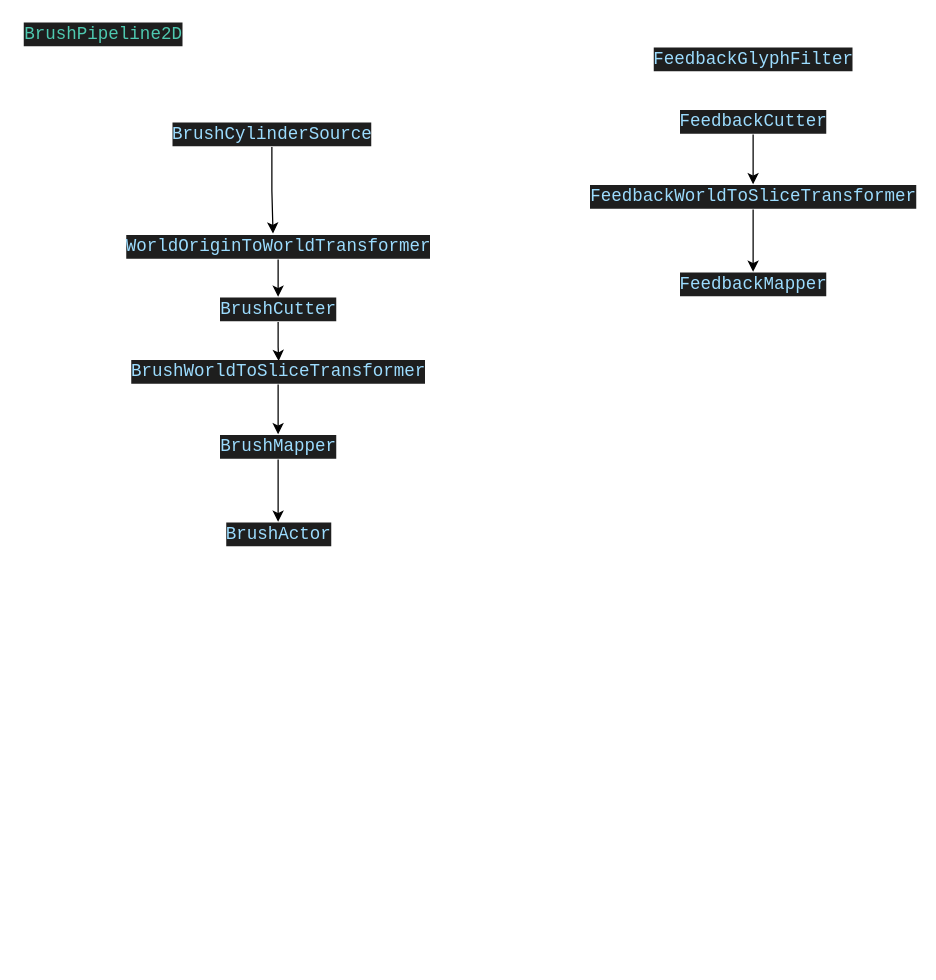
Earlier version of the draw.io diagram page "BrushPipeline2D" (2 of 3) of dataFlowChart/Untitled Diagram.drawio (bxdgit/drawio-example). Source tidied: cells renumbered, new cells numbered last; positions are measured from the earlier drawing's top-left corner, leaving out a move shared by most shapes. Both pictures are drawn from the tidied source at 125%, with x=0, y=0 at pixel (21, 21).
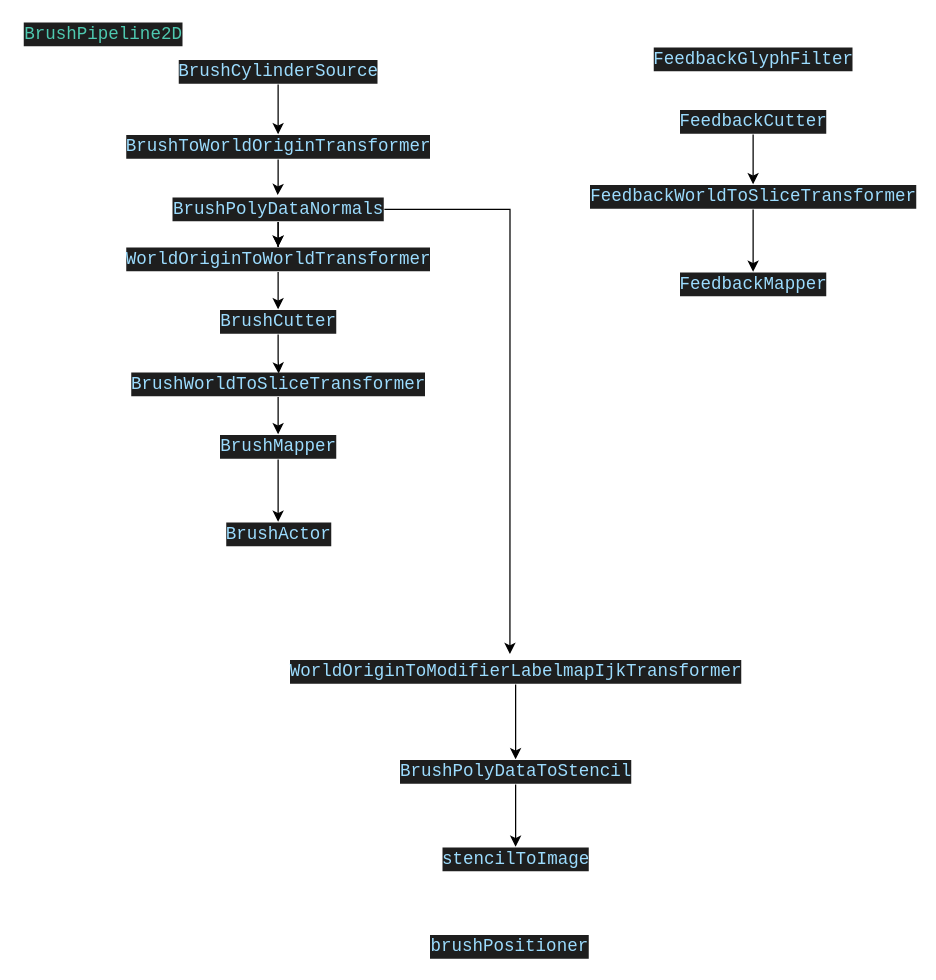
Above is the later version.

Diff of the diagram source:
```diff
@@
     <mxCell id="3" value="&lt;div style=&quot;color: rgb(212 , 212 , 212) ; background-color: rgb(30 , 30 , 30) ; font-family: &amp;#34;consolas&amp;#34; , &amp;#34;courier new&amp;#34; , monospace ; font-size: 14px ; line-height: 19px&quot;&gt;&lt;span style=&quot;color: #9cdcfe&quot;&gt;BrushCutter&lt;/span&gt;&lt;/div&gt;" style="text;html=1;align=center;verticalAlign=middle;points=[];strokeColor=none;fillColor=none;" parent="1" vertex="1">
-      <mxGeometry x="155" y="220" width="100" height="20" as="geometry" />
+      <mxGeometry x="155" y="230" width="100" height="20" as="geometry" />
     </mxCell>
@@
     <mxCell id="5" value="&lt;div style=&quot;color: rgb(212 , 212 , 212) ; background-color: rgb(30 , 30 , 30) ; font-family: &amp;#34;consolas&amp;#34; , &amp;#34;courier new&amp;#34; , monospace ; font-size: 14px ; line-height: 19px&quot;&gt;&lt;span style=&quot;color: #9cdcfe&quot;&gt;BrushWorldToSliceTransformer&lt;/span&gt;&lt;/div&gt;" style="text;html=1;align=center;verticalAlign=middle;points=[];strokeColor=none;fillColor=none;" parent="1" vertex="1">
-      <mxGeometry x="90" y="270" width="230" height="20" as="geometry" />
+      <mxGeometry x="90" y="280" width="230" height="20" as="geometry" />
     </mxCell>
@@
     <mxCell id="16" value="&lt;div style=&quot;color: rgb(212 , 212 , 212) ; background-color: rgb(30 , 30 , 30) ; font-family: &amp;#34;consolas&amp;#34; , &amp;#34;courier new&amp;#34; , monospace ; font-size: 14px ; line-height: 19px&quot;&gt;&lt;span style=&quot;color: #9cdcfe&quot;&gt;WorldOriginToWorldTransformer&lt;/span&gt;&lt;/div&gt;" style="text;html=1;align=center;verticalAlign=middle;points=[];strokeColor=none;fillColor=none;" parent="1" vertex="1">
-      <mxGeometry x="85" y="170" width="240" height="20" as="geometry" />
+      <mxGeometry x="85" y="180" width="240" height="20" as="geometry" />
     </mxCell>
@@
-    <mxCell id="18" style="edgeStyle=orthogonalEdgeStyle;rounded=0;jettySize=auto;html=1;entryX=0.483;entryY=-0.03;entryDx=0;entryDy=0;entryPerimeter=0;" parent="1" edge="1" source="19" target="16">
-      <mxGeometry relative="1" as="geometry" />
-    </mxCell>
+    <mxCell id="20" style="edgeStyle=orthogonalEdgeStyle;rounded=0;jettySize=auto;html=1;" parent="1" edge="1" source="19" target="28">
+      <mxGeometry relative="1" as="geometry" />
+    </mxCell>
     <mxCell id="19" value="&lt;div style=&quot;color: rgb(212 , 212 , 212) ; background-color: rgb(30 , 30 , 30) ; font-family: &amp;#34;consolas&amp;#34; , &amp;#34;courier new&amp;#34; , monospace ; font-size: 14px ; line-height: 19px&quot;&gt;&lt;span style=&quot;color: #9cdcfe&quot;&gt;BrushCylinderSource&lt;/span&gt;&lt;/div&gt;" style="text;html=1;align=center;verticalAlign=middle;points=[];strokeColor=none;fillColor=none;" parent="1" vertex="1">
-      <mxGeometry x="120" y="80" width="160" height="20" as="geometry" />
+      <mxGeometry x="125" y="30" width="160" height="20" as="geometry" />
     </mxCell>
+    <mxCell id="21" style="edgeStyle=orthogonalEdgeStyle;rounded=0;jettySize=auto;html=1;" parent="1" edge="1" source="22" target="31">
+      <mxGeometry relative="1" as="geometry" />
+    </mxCell>
+    <mxCell id="22" value="&lt;div style=&quot;color: rgb(212 , 212 , 212) ; background-color: rgb(30 , 30 , 30) ; font-family: &amp;#34;consolas&amp;#34; , &amp;#34;courier new&amp;#34; , monospace ; font-size: 14px ; line-height: 19px&quot;&gt;&lt;span style=&quot;color: #9cdcfe&quot;&gt;BrushPolyDataToStencil&lt;/span&gt;&lt;/div&gt;" style="text;html=1;align=center;verticalAlign=middle;points=[];strokeColor=none;fillColor=none;" parent="1" vertex="1">
+      <mxGeometry x="305" y="590" width="180" height="20" as="geometry" />
+    </mxCell>
+    <mxCell id="23" style="edgeStyle=orthogonalEdgeStyle;rounded=0;jettySize=auto;html=1;" parent="1" edge="1" source="24" target="22">
+      <mxGeometry relative="1" as="geometry" />
+    </mxCell>
+    <mxCell id="24" value="&lt;div style=&quot;color: rgb(212 , 212 , 212) ; background-color: rgb(30 , 30 , 30) ; font-family: &amp;#34;consolas&amp;#34; , &amp;#34;courier new&amp;#34; , monospace ; font-size: 14px ; line-height: 19px&quot;&gt;&lt;span style=&quot;color: #9cdcfe&quot;&gt;WorldOriginToModifierLabelmapIjkTransformer&lt;/span&gt;&lt;/div&gt;" style="text;html=1;align=center;verticalAlign=middle;points=[];strokeColor=none;fillColor=none;" parent="1" vertex="1">
+      <mxGeometry x="220" y="510" width="350" height="20" as="geometry" />
+    </mxCell>
+    <mxCell id="25" style="edgeStyle=orthogonalEdgeStyle;rounded=0;jettySize=auto;html=1;" parent="1" edge="1" source="30" target="16">
+      <mxGeometry relative="1" as="geometry" />
+    </mxCell>
+    <mxCell id="26" style="edgeStyle=orthogonalEdgeStyle;rounded=0;jettySize=auto;html=1;startArrow=none;" parent="1" edge="1" source="30" target="16">
+      <mxGeometry relative="1" as="geometry" />
+    </mxCell>
+    <mxCell id="27" style="edgeStyle=orthogonalEdgeStyle;rounded=0;jettySize=auto;html=1;entryX=0.498;entryY=-0.07;entryDx=0;entryDy=0;entryPerimeter=0;" parent="1" edge="1" source="28" target="30">
+      <mxGeometry relative="1" as="geometry" />
+    </mxCell>
+    <mxCell id="28" value="&lt;div style=&quot;color: rgb(212 , 212 , 212) ; background-color: rgb(30 , 30 , 30) ; font-family: &amp;#34;consolas&amp;#34; , &amp;#34;courier new&amp;#34; , monospace ; font-size: 14px ; line-height: 19px&quot;&gt;&lt;span style=&quot;color: #9cdcfe&quot;&gt;BrushToWorldOriginTransformer&lt;/span&gt;&lt;/div&gt;" style="text;html=1;align=center;verticalAlign=middle;points=[];strokeColor=none;fillColor=none;" parent="1" vertex="1">
+      <mxGeometry x="85" y="90" width="240" height="20" as="geometry" />
+    </mxCell>
+    <mxCell id="29" style="edgeStyle=orthogonalEdgeStyle;rounded=0;jettySize=auto;html=1;entryX=0.487;entryY=-0.21;entryDx=0;entryDy=0;entryPerimeter=0;" parent="1" edge="1" source="30" target="24">
+      <mxGeometry relative="1" as="geometry">
+        <Array as="points">
+          <mxPoint x="391" y="150" />
+        </Array>
+      </mxGeometry>
+    </mxCell>
+    <mxCell id="30" value="&lt;div style=&quot;color: rgb(212 , 212 , 212) ; background-color: rgb(30 , 30 , 30) ; font-family: &amp;#34;consolas&amp;#34; , &amp;#34;courier new&amp;#34; , monospace ; font-size: 14px ; line-height: 19px&quot;&gt;&lt;span style=&quot;color: #9cdcfe&quot;&gt;BrushPolyDataNormals&lt;/span&gt;&lt;/div&gt;" style="text;html=1;align=center;verticalAlign=middle;points=[];strokeColor=none;fillColor=none;" parent="1" vertex="1">
+      <mxGeometry x="120" y="140" width="170" height="20" as="geometry" />
+    </mxCell>
+    <mxCell id="31" value="&lt;div style=&quot;color: rgb(212 , 212 , 212) ; background-color: rgb(30 , 30 , 30) ; font-family: &amp;#34;consolas&amp;#34; , &amp;#34;courier new&amp;#34; , monospace ; font-size: 14px ; line-height: 19px&quot;&gt;&lt;span style=&quot;color: #9cdcfe&quot;&gt;stencilToImage&lt;/span&gt;&lt;/div&gt;" style="text;html=1;align=center;verticalAlign=middle;points=[];strokeColor=none;fillColor=none;" parent="1" vertex="1">
+      <mxGeometry x="335" y="660" width="120" height="20" as="geometry" />
+    </mxCell>
+    <mxCell id="32" value="&lt;div style=&quot;color: rgb(212 , 212 , 212) ; background-color: rgb(30 , 30 , 30) ; font-family: &amp;#34;consolas&amp;#34; , &amp;#34;courier new&amp;#34; , monospace ; font-size: 14px ; line-height: 19px&quot;&gt;&lt;span style=&quot;color: #9cdcfe&quot;&gt;brushPositioner&lt;/span&gt;&lt;/div&gt;" style="text;html=1;align=center;verticalAlign=middle;strokeColor=none;fillColor=none;" parent="1" vertex="1">
+      <mxGeometry x="325" y="730" width="130" height="20" as="geometry" />
+    </mxCell>
```
